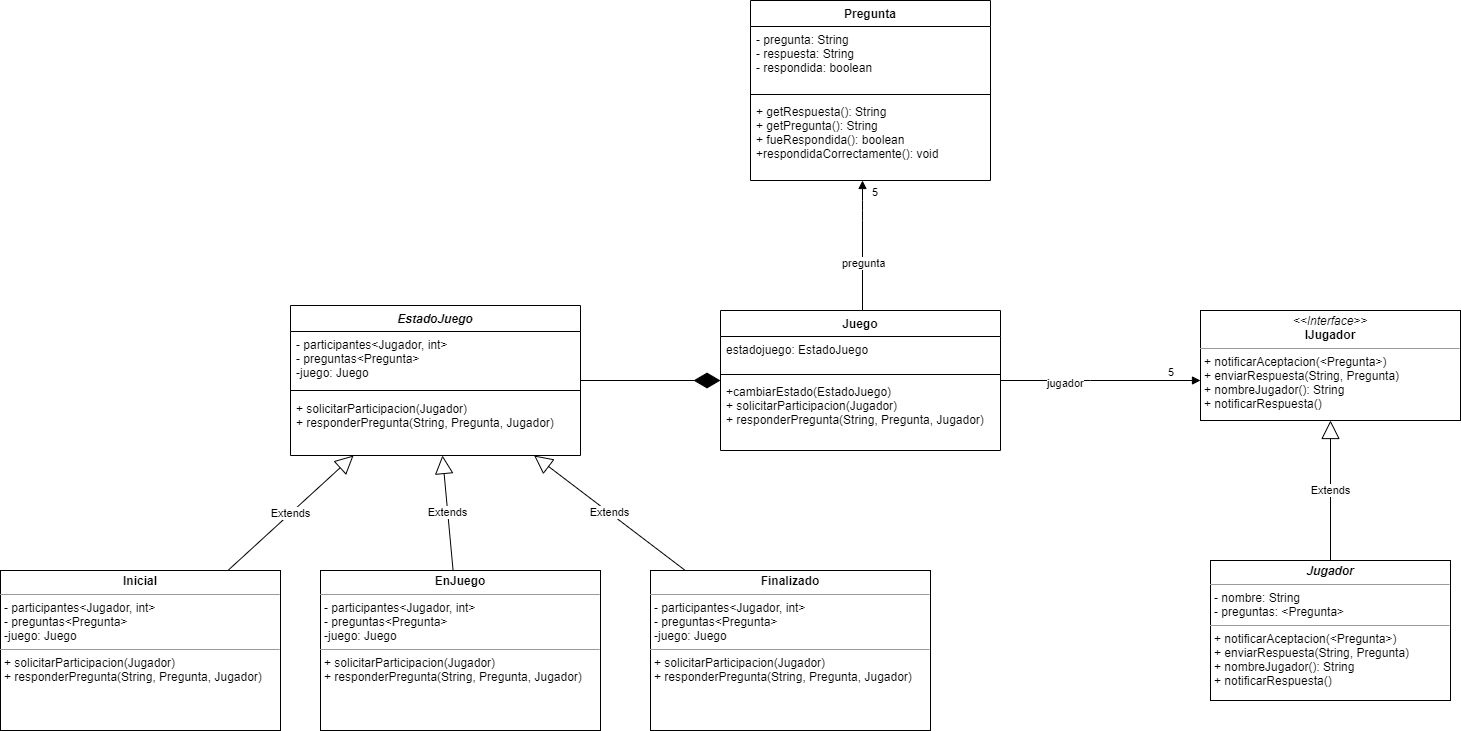
This is src/concursoDePreguntas.png from CundariNicolas/unqui-poo2-cundari, a draw.io export, as it was before one commit. Source tidied: cells renumbered, new cells last; positions are measured from the earlier drawing's top-left corner, leaving out a move shared by most shapes.
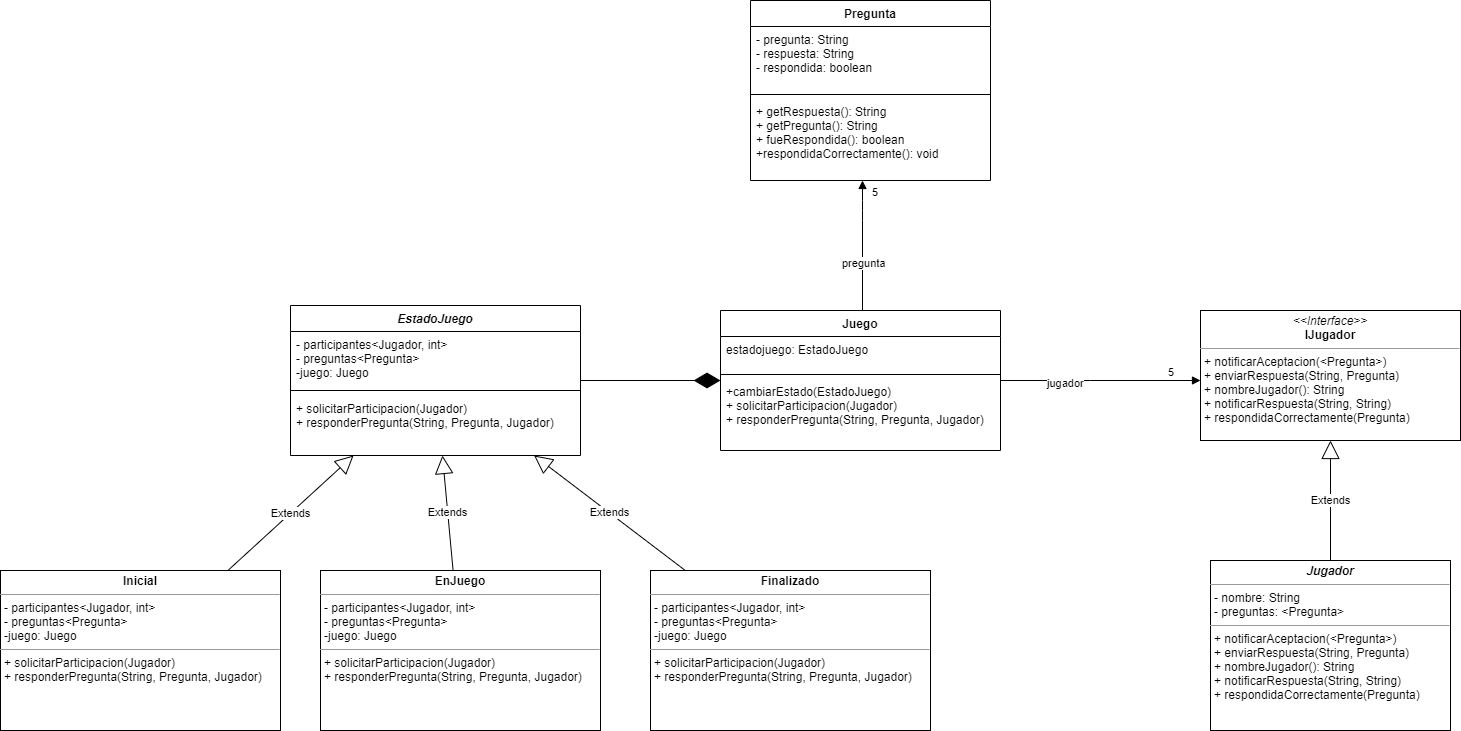
The same file after the commit.

The edit, as a diff of the source:
```diff
@@ -14,8 +14,8 @@
     <mxCell id="5" value="+cambiarEstado(EstadoJuego)&#10;+ solicitarParticipacion(Jugador)&#10;+ responderPregunta(String, Pregunta, Jugador)&#10;&#10;&#10;" style="text;strokeColor=none;fillColor=none;align=left;verticalAlign=top;spacingLeft=4;spacingRight=4;overflow=hidden;" parent="2" vertex="1">
       <mxGeometry y="68" width="280" height="72" as="geometry" />
     </mxCell>
-    <mxCell id="6" value="&lt;p style=&quot;margin: 0px ; margin-top: 4px ; text-align: center&quot;&gt;&lt;i&gt;&amp;lt;&amp;lt;Interface&amp;gt;&amp;gt;&lt;/i&gt;&lt;br&gt;&lt;b&gt;IJugador&lt;/b&gt;&lt;/p&gt;&lt;hr size=&quot;1&quot;&gt;&lt;p style=&quot;margin: 0px ; margin-left: 4px&quot;&gt;+ notificarAceptacion(&amp;lt;Pregunta&amp;gt;)&lt;/p&gt;&lt;p style=&quot;margin: 0px ; margin-left: 4px&quot;&gt;+ enviarRespuesta(String, Pregunta)&lt;/p&gt;&lt;p style=&quot;margin: 0px ; margin-left: 4px&quot;&gt;+ nombreJugador(): String&lt;/p&gt;&lt;p style=&quot;margin: 0px ; margin-left: 4px&quot;&gt;+ notificarRespuesta()&lt;/p&gt;&lt;p style=&quot;margin: 0px ; margin-left: 4px&quot;&gt;&lt;br&gt;&lt;/p&gt;" style="verticalAlign=top;align=left;overflow=fill;fontSize=12;fontFamily=Helvetica;html=1;" parent="1" vertex="1">
-      <mxGeometry x="1200" y="310" width="260" height="110" as="geometry" />
+    <mxCell id="6" value="&lt;p style=&quot;margin: 0px ; margin-top: 4px ; text-align: center&quot;&gt;&lt;i&gt;&amp;lt;&amp;lt;Interface&amp;gt;&amp;gt;&lt;/i&gt;&lt;br&gt;&lt;b&gt;IJugador&lt;/b&gt;&lt;/p&gt;&lt;hr size=&quot;1&quot;&gt;&lt;p style=&quot;margin: 0px ; margin-left: 4px&quot;&gt;+ notificarAceptacion(&amp;lt;Pregunta&amp;gt;)&lt;/p&gt;&lt;p style=&quot;margin: 0px ; margin-left: 4px&quot;&gt;+ enviarRespuesta(String, Pregunta)&lt;/p&gt;&lt;p style=&quot;margin: 0px ; margin-left: 4px&quot;&gt;+ nombreJugador(): String&lt;/p&gt;&lt;p style=&quot;margin: 0px ; margin-left: 4px&quot;&gt;+ notificarRespuesta(String, String)&lt;/p&gt;&lt;p style=&quot;margin: 0px ; margin-left: 4px&quot;&gt;+ respondidaCorrectamente(Pregunta)&lt;/p&gt;&lt;p style=&quot;margin: 0px ; margin-left: 4px&quot;&gt;&lt;br&gt;&lt;/p&gt;" style="verticalAlign=top;align=left;overflow=fill;fontSize=12;fontFamily=Helvetica;html=1;" parent="1" vertex="1">
+      <mxGeometry x="1200" y="310" width="260" height="130" as="geometry" />
     </mxCell>
     <mxCell id="7" value="Pregunta" style="swimlane;fontStyle=1;align=center;verticalAlign=top;horizontal=1;startSize=26;" parent="1" vertex="1">
       <mxGeometry x="750" width="240" height="180" as="geometry" />
@@ -55,8 +55,8 @@
         <mxPoint x="166" as="offset" />
       </mxGeometry>
     </mxCell>
-    <mxCell id="15" value="&lt;p style=&quot;margin: 0px ; margin-top: 4px ; text-align: center&quot;&gt;&lt;b&gt;&lt;i&gt;Jugador&lt;/i&gt;&lt;/b&gt;&lt;/p&gt;&lt;hr size=&quot;1&quot;&gt;&lt;p style=&quot;margin: 0px ; margin-left: 4px&quot;&gt;- nombre: String&lt;/p&gt;&lt;p style=&quot;margin: 0px ; margin-left: 4px&quot;&gt;- preguntas: &amp;lt;Pregunta&amp;gt;&lt;/p&gt;&lt;hr size=&quot;1&quot;&gt;&lt;p style=&quot;margin: 0px 0px 0px 4px&quot;&gt;+ notificarAceptacion(&amp;lt;Pregunta&amp;gt;)&lt;/p&gt;&lt;p style=&quot;margin: 0px 0px 0px 4px&quot;&gt;+ enviarRespuesta(String, Pregunta)&lt;/p&gt;&lt;p style=&quot;margin: 0px 0px 0px 4px&quot;&gt;+ nombreJugador(): String&lt;/p&gt;&lt;p style=&quot;margin: 0px 0px 0px 4px&quot;&gt;+ notificarRespuesta()&lt;/p&gt;&lt;p style=&quot;margin: 0px 0px 0px 4px&quot;&gt;&lt;br&gt;&lt;/p&gt;" style="verticalAlign=top;align=left;overflow=fill;fontSize=12;fontFamily=Helvetica;html=1;" parent="1" vertex="1">
-      <mxGeometry x="1210" y="560" width="240" height="140" as="geometry" />
+    <mxCell id="15" value="&lt;p style=&quot;margin: 0px ; margin-top: 4px ; text-align: center&quot;&gt;&lt;b&gt;&lt;i&gt;Jugador&lt;/i&gt;&lt;/b&gt;&lt;/p&gt;&lt;hr size=&quot;1&quot;&gt;&lt;p style=&quot;margin: 0px ; margin-left: 4px&quot;&gt;- nombre: String&lt;/p&gt;&lt;p style=&quot;margin: 0px ; margin-left: 4px&quot;&gt;- preguntas: &amp;lt;Pregunta&amp;gt;&lt;/p&gt;&lt;hr size=&quot;1&quot;&gt;&lt;p style=&quot;margin: 0px 0px 0px 4px&quot;&gt;+ notificarAceptacion(&amp;lt;Pregunta&amp;gt;)&lt;/p&gt;&lt;p style=&quot;margin: 0px 0px 0px 4px&quot;&gt;+ enviarRespuesta(String, Pregunta)&lt;/p&gt;&lt;p style=&quot;margin: 0px 0px 0px 4px&quot;&gt;+ nombreJugador(): String&lt;/p&gt;&lt;p style=&quot;margin: 0px 0px 0px 4px&quot;&gt;+ notificarRespuesta(String, String)&lt;/p&gt;&lt;p style=&quot;margin: 0px 0px 0px 4px&quot;&gt;+ respondidaCorrectamente(Pregunta)&lt;/p&gt;&lt;p style=&quot;margin: 0px 0px 0px 4px&quot;&gt;&lt;br&gt;&lt;/p&gt;" style="verticalAlign=top;align=left;overflow=fill;fontSize=12;fontFamily=Helvetica;html=1;" parent="1" vertex="1">
+      <mxGeometry x="1210" y="560" width="240" height="170" as="geometry" />
     </mxCell>
     <mxCell id="16" value="Extends" style="endArrow=block;endSize=16;endFill=0;html=1;" parent="1" edge="1" source="15" target="6">
       <mxGeometry relative="1" as="geometry" />
```
